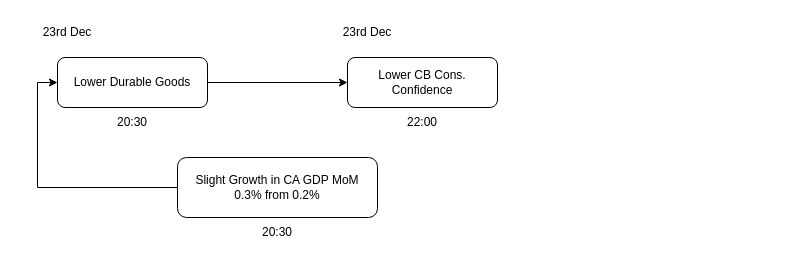
The draw.io diagram page "USA" (5 of 8) of macro-analysis.drawio in primprum/macro-analysis, before the edit. Source tidied: cells renumbered, new cells numbered last; positions are measured from the earlier drawing's top-left corner, leaving out a move shared by most shapes. Both pictures are drawn from the tidied source at 100%, with x=0, y=0 at pixel (17, 17).
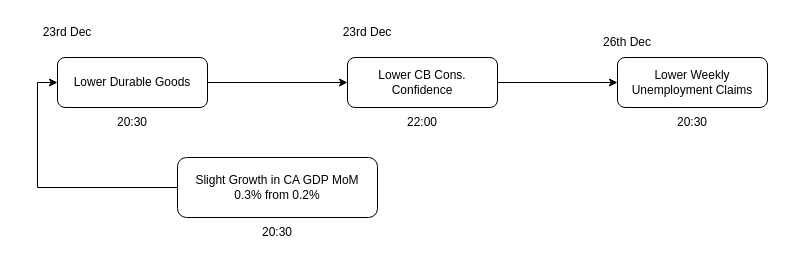
After the change.

What changed in the source:
```diff
@@
 <mxGraphModel>
   <root>
     <mxCell id="0" />
     <mxCell id="1" parent="0" />
     <mxCell id="2" value="23rd Dec" style="text;html=1;align=center;verticalAlign=middle;whiteSpace=wrap;rounded=0;" parent="1" vertex="1">
       <mxGeometry width="100" height="30" as="geometry" />
     </mxCell>
     <mxCell id="3" style="edgeStyle=orthogonalEdgeStyle;rounded=0;jettySize=auto;html=1;exitX=1;exitY=0.5;exitDx=0;exitDy=0;" parent="1" edge="1" source="4" target="5">
       <mxGeometry relative="1" as="geometry" />
     </mxCell>
     <mxCell id="4" value="Lower Durable Goods" style="rounded=1;whiteSpace=wrap;html=1;" parent="1" vertex="1">
       <mxGeometry x="40" y="40" width="150" height="50" as="geometry" />
     </mxCell>
+    <mxCell id="12" style="edgeStyle=orthogonalEdgeStyle;rounded=0;jettySize=auto;html=1;exitX=1;exitY=0.5;exitDx=0;exitDy=0;" parent="1" edge="1" source="5" target="13">
+      <mxGeometry relative="1" as="geometry" />
+    </mxCell>
     <mxCell id="5" value="Lower CB Cons. Confidence" style="rounded=1;whiteSpace=wrap;html=1;" parent="1" vertex="1">
       <mxGeometry x="330" y="40" width="150" height="50" as="geometry" />
     </mxCell>
     <mxCell id="6" value="23rd Dec" style="text;html=1;align=center;verticalAlign=middle;whiteSpace=wrap;rounded=0;" parent="1" vertex="1">
       <mxGeometry x="300" width="100" height="30" as="geometry" />
     </mxCell>
     <mxCell id="7" style="edgeStyle=orthogonalEdgeStyle;rounded=0;jettySize=auto;html=1;exitX=0;exitY=0.5;exitDx=0;exitDy=0;entryX=0;entryY=0.5;entryDx=0;entryDy=0;" parent="1" edge="1" source="8" target="4">
       <mxGeometry relative="1" as="geometry" />
     </mxCell>
     <mxCell id="8" value="&lt;div&gt;Slight Growth in CA GDP MoM&lt;/div&gt;&lt;div&gt;0.3% from 0.2%&lt;br&gt;&lt;/div&gt;" style="rounded=1;whiteSpace=wrap;html=1;" parent="1" vertex="1">
       <mxGeometry x="160" y="140" width="200" height="60" as="geometry" />
     </mxCell>
     <mxCell id="9" value="20:30" style="text;html=1;align=center;verticalAlign=middle;whiteSpace=wrap;rounded=0;" parent="1" vertex="1">
       <mxGeometry x="230" y="200" width="60" height="30" as="geometry" />
     </mxCell>
     <mxCell id="10" value="20:30" style="text;html=1;align=center;verticalAlign=middle;whiteSpace=wrap;rounded=0;" parent="1" vertex="1">
       <mxGeometry x="85" y="90" width="60" height="30" as="geometry" />
     </mxCell>
     <mxCell id="11" value="22:00" style="text;html=1;align=center;verticalAlign=middle;whiteSpace=wrap;rounded=0;" parent="1" vertex="1">
       <mxGeometry x="375" y="90" width="60" height="30" as="geometry" />
     </mxCell>
+    <mxCell id="13" value="Lower Weekly Unemployment Claims" style="rounded=1;whiteSpace=wrap;html=1;" parent="1" vertex="1">
+      <mxGeometry x="600" y="40" width="150" height="50" as="geometry" />
+    </mxCell>
+    <mxCell id="14" value="26th Dec" style="text;html=1;align=center;verticalAlign=middle;whiteSpace=wrap;rounded=0;" parent="1" vertex="1">
+      <mxGeometry x="560" y="10" width="100" height="30" as="geometry" />
+    </mxCell>
+    <mxCell id="15" value="20:30" style="text;html=1;align=center;verticalAlign=middle;whiteSpace=wrap;rounded=0;" parent="1" vertex="1">
+      <mxGeometry x="645" y="90" width="60" height="30" as="geometry" />
+    </mxCell>
   </root>
 </mxGraphModel>
```
